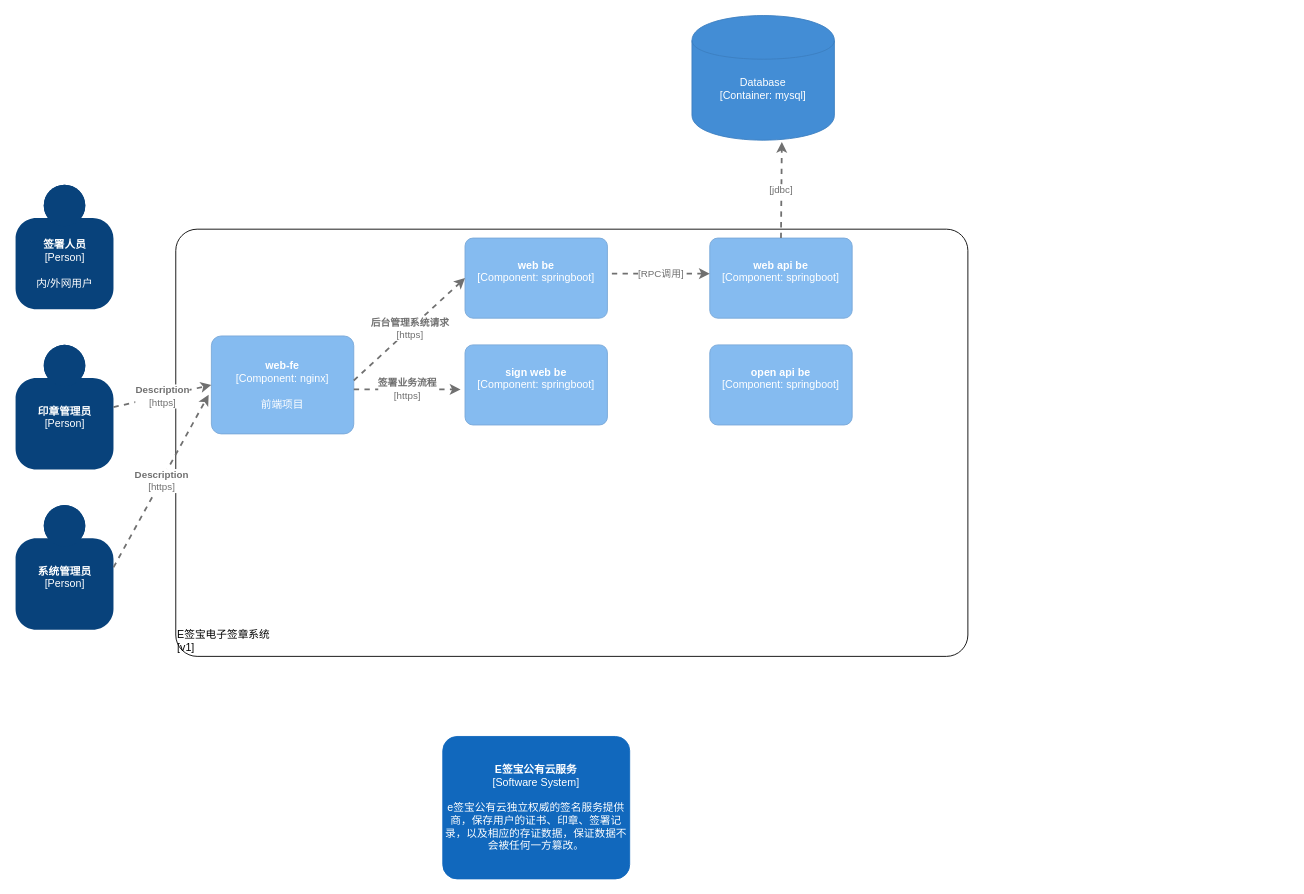
Before: Week_15/Untitled Diagram.drawio in leven-space/JAVA-01, a draw.io diagram. Source tidied: cells renumbered, new cells numbered last; positions are measured from the earlier drawing's top-left corner, leaving out a move shared by most shapes. Both pictures are drawn from the tidied source at 89%, with x=0, y=0 at pixel (15, 15).
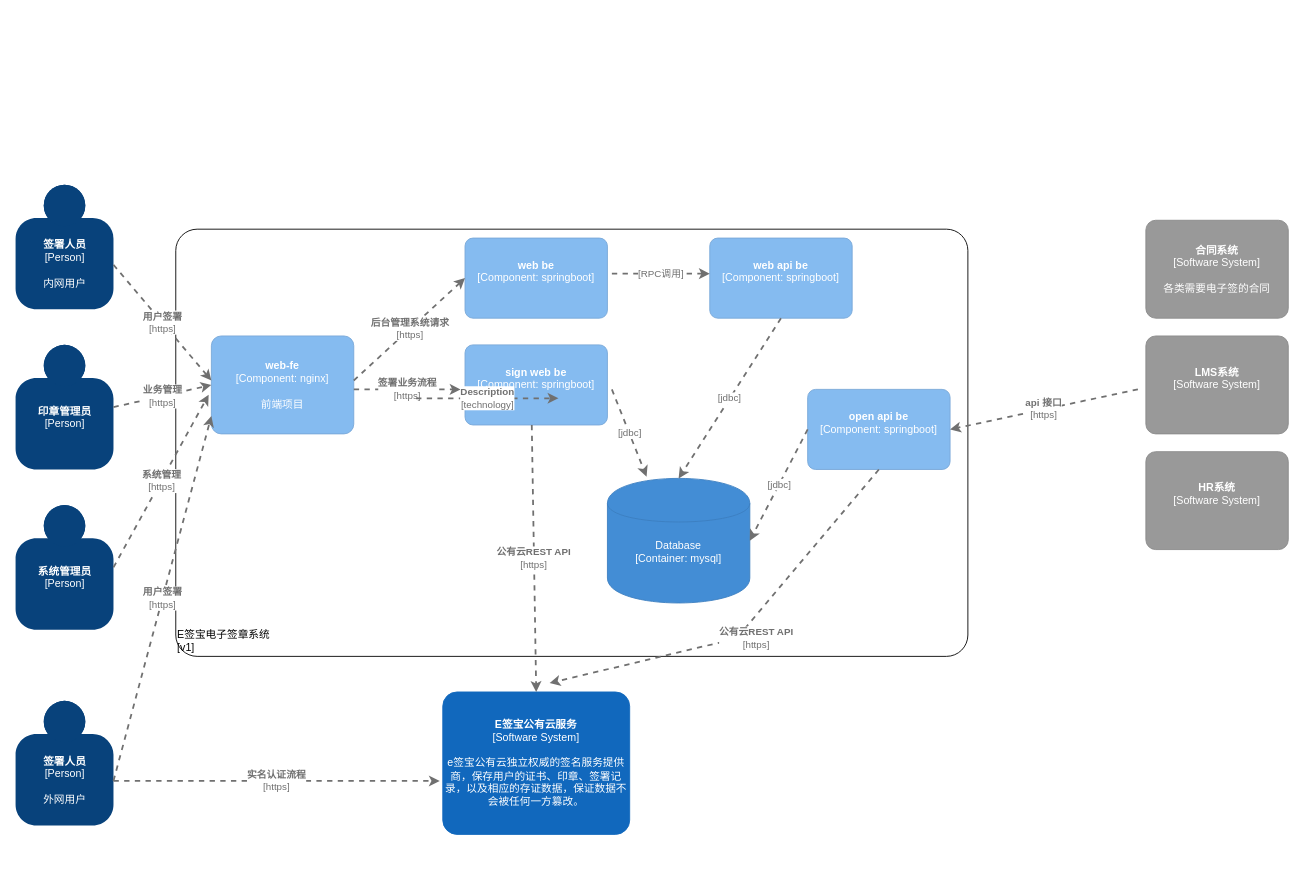
The same diagram, later.

The change refers to these unchanged cells:
```xml
<object id="2" label="&lt;b&gt;%c4Name%&lt;/b&gt;&lt;div&gt;[%c4Type%]&lt;/div&gt;&lt;br&gt;&lt;div&gt;%c4Description%&lt;/div&gt;" c4Description="" c4Name="印章管理员" c4Type="Person" placeholders="1">
  <mxCell style="html=1;dashed=0;whitespace=wrap;fillColor=#08427b;strokeColor=none;fontColor=#ffffff;shape=mxgraph.c4.person;align=center;points=[[0.5,0,0],[1,0.5,0],[1,0.75,0],[0.75,1,0],[0.5,1,0],[0.25,1,0],[0,0.75,0],[0,0.5,0]];metaData={&quot;c4Type&quot;:{&quot;editable&quot;:false}};" parent="1" vertex="1">
    <mxGeometry y="370" width="110" height="140" as="geometry" />
  </mxCell>
</object>
<object id="3" label="&lt;b&gt;%c4Name%&lt;/b&gt;&lt;div&gt;[%c4Type%]&lt;/div&gt;&lt;br&gt;&lt;div&gt;%c4Description%&lt;/div&gt;" c4Description="" c4Name="系统管理员" c4Type="Person" placeholders="1">
  <mxCell style="html=1;dashed=0;whitespace=wrap;fillColor=#08427b;strokeColor=none;fontColor=#ffffff;shape=mxgraph.c4.person;align=center;points=[[0.5,0,0],[1,0.5,0],[1,0.75,0],[0.75,1,0],[0.5,1,0],[0.25,1,0],[0,0.75,0],[0,0.5,0]];metaData={&quot;c4Type&quot;:{&quot;editable&quot;:false}};" parent="1" vertex="1">
    <mxGeometry y="550" width="110" height="140" as="geometry" />
  </mxCell>
</object>
<object id="6" label="&lt;b&gt;%c4Name%&lt;/b&gt;&lt;div&gt;[%c4Type%: %c4Technology%]&lt;/div&gt;&lt;br&gt;&lt;div&gt;%c4Description%&lt;/div&gt;" c4Description="前端项目" c4Name="web-fe" c4Technology="nginx" c4Type="Component" placeholders="1">
  <mxCell style="rounded=1;whiteSpace=wrap;html=1;labelBackgroundColor=none;fillColor=#85BBF0;fontColor=#ffffff;align=center;arcSize=10;strokeColor=#78A8D8;metaData={&quot;c4Type&quot;:{&quot;editable&quot;:false}};points=[[0.25,0,0],[0.5,0,0],[0.75,0,0],[1,0.25,0],[1,0.5,0],[1,0.75,0],[0.75,1,0],[0.5,1,0],[0.25,1,0],[0,0.75,0],[0,0.5,0],[0,0.25,0]];" parent="1" vertex="1">
    <mxGeometry x="220" y="360" width="160" height="110" as="geometry" />
  </mxCell>
</object>
```

The edit, as a diff of the source:
```diff
@@
     <object id="5" label="&lt;b&gt;%c4Name%&lt;/b&gt;&lt;div&gt;[%c4Type%]&lt;/div&gt;&lt;br&gt;&lt;div&gt;%c4Description%&lt;/div&gt;" c4Description="e签宝公有云独立权威的签名服务提供商，保存用户的证书、印章、签署记录，以及相应的存证数据，保证数据不会被任何一方篡改。" c4Name="E签宝公有云服务" c4Type="Software System" placeholders="1">
       <mxCell style="rounded=1;whiteSpace=wrap;html=1;labelBackgroundColor=none;fillColor=#1168BD;fontColor=#ffffff;align=center;arcSize=10;strokeColor=#1168BD;metaData={&quot;c4Type&quot;:{&quot;editable&quot;:false}};points=[[0.25,0,0],[0.5,0,0],[0.75,0,0],[1,0.25,0],[1,0.5,0],[1,0.75,0],[0.75,1,0],[0.5,1,0],[0.25,1,0],[0,0.75,0],[0,0.5,0],[0,0.25,0]];" parent="1" vertex="1">
-        <mxGeometry x="480" y="810" width="210" height="160" as="geometry" />
+        <mxGeometry x="480" y="760" width="210" height="160" as="geometry" />
       </mxCell>
     </object>
@@
-    <object id="7" label="&lt;div style=&quot;text-align: left&quot;&gt;&lt;div style=&quot;text-align: center&quot;&gt;&lt;b&gt;%c4Description%&lt;/b&gt;&lt;/div&gt;&lt;div style=&quot;text-align: center&quot;&gt;[%c4Technology%]&lt;/div&gt;&lt;/div&gt;" c4Description="Description" c4Technology="https" placeholders="1">
+    <object id="7" label="&lt;div style=&quot;text-align: left&quot;&gt;&lt;div style=&quot;text-align: center&quot;&gt;&lt;b&gt;%c4Description%&lt;/b&gt;&lt;/div&gt;&lt;div style=&quot;text-align: center&quot;&gt;[%c4Technology%]&lt;/div&gt;&lt;/div&gt;" c4Description="业务管理" c4Technology="https" placeholders="1">
       <mxCell style="edgeStyle=none;rounded=0;html=1;entryX=0;entryY=0.5;jettySize=auto;strokeColor=#707070;strokeWidth=2;fontColor=#707070;jumpStyle=none;dashed=1;metaData={&quot;c4Type&quot;:{&quot;editable&quot;:false}};entryDx=0;entryDy=0;entryPerimeter=0;exitX=1;exitY=0.5;exitDx=0;exitDy=0;exitPerimeter=0;" parent="1" edge="1" source="2" target="6">
         <mxGeometry relative="1" as="geometry" />
       </mxCell>
     </object>
-    <object id="8" label="&lt;div style=&quot;text-align: left&quot;&gt;&lt;div style=&quot;text-align: center&quot;&gt;&lt;b&gt;%c4Description%&lt;/b&gt;&lt;/div&gt;&lt;div style=&quot;text-align: center&quot;&gt;[%c4Technology%]&lt;/div&gt;&lt;/div&gt;" c4Description="Description" c4Technology="https" placeholders="1">
+    <object id="8" label="&lt;div style=&quot;text-align: left&quot;&gt;&lt;div style=&quot;text-align: center&quot;&gt;&lt;b&gt;%c4Description%&lt;/b&gt;&lt;/div&gt;&lt;div style=&quot;text-align: center&quot;&gt;[%c4Technology%]&lt;/div&gt;&lt;/div&gt;" c4Description="系统管理" c4Technology="https" placeholders="1">
       <mxCell style="edgeStyle=none;rounded=0;html=1;entryX=-0.019;entryY=0.6;jettySize=auto;strokeColor=#707070;strokeWidth=2;fontColor=#707070;jumpStyle=none;dashed=1;metaData={&quot;c4Type&quot;:{&quot;editable&quot;:false}};entryDx=0;entryDy=0;entryPerimeter=0;exitX=1;exitY=0.5;exitDx=0;exitDy=0;exitPerimeter=0;" parent="1" edge="1" source="3" target="6">
         <mxGeometry relative="1" as="geometry" />
       </mxCell>
     </object>
@@
     <object id="11" label="&lt;b&gt;%c4Name%&lt;/b&gt;&lt;div&gt;[%c4Type%: %c4Technology%]&lt;/div&gt;&lt;br&gt;&lt;div&gt;%c4Description%&lt;/div&gt;" c4Description="" c4Name="open api be" c4Technology="springboot" c4Type="Component" placeholders="1">
       <mxCell style="rounded=1;whiteSpace=wrap;html=1;labelBackgroundColor=none;fillColor=#85BBF0;fontColor=#ffffff;align=center;arcSize=10;strokeColor=#78A8D8;metaData={&quot;c4Type&quot;:{&quot;editable&quot;:false}};points=[[0.25,0,0],[0.5,0,0],[0.75,0,0],[1,0.25,0],[1,0.5,0],[1,0.75,0],[0.75,1,0],[0.5,1,0],[0.25,1,0],[0,0.75,0],[0,0.5,0],[0,0.25,0]];" parent="1" vertex="1">
-        <mxGeometry x="780" y="370" width="160" height="90" as="geometry" />
+        <mxGeometry x="890" y="420" width="160" height="90" as="geometry" />
       </mxCell>
     </object>
@@
     <object id="13" label="%c4Type%&lt;div&gt;[Container:&amp;nbsp;%c4Technology%]&lt;/div&gt;&lt;br&gt;&lt;div&gt;%c4Description%&lt;/div&gt;" c4Description="" c4Technology="mysql" c4Type="Database" placeholders="1">
       <mxCell style="shape=cylinder;whiteSpace=wrap;html=1;boundedLbl=1;rounded=0;labelBackgroundColor=none;fillColor=#438DD5;fontSize=12;fontColor=#ffffff;align=center;strokeColor=#3C7FC0;points=[[0.5,0,0],[1,0.25,0],[1,0.5,0],[1,0.75,0],[0.5,1,0],[0,0.75,0],[0,0.5,0],[0,0.25,0]];metaData={&quot;c4Type&quot;:{&quot;editable&quot;:false}};" parent="1" vertex="1">
-        <mxGeometry x="760" width="160" height="140" as="geometry" />
+        <mxGeometry x="665" y="520" width="160" height="140" as="geometry" />
       </mxCell>
     </object>
@@
-    <object id="17" label="&lt;div style=&quot;text-align: left&quot;&gt;&lt;div style=&quot;text-align: center&quot;&gt;&lt;b&gt;%c4Description%&lt;/b&gt;&lt;/div&gt;&lt;div style=&quot;text-align: center&quot;&gt;[%c4Technology%]&lt;/div&gt;&lt;/div&gt;" c4Description="" c4Technology="jdbc" placeholders="1">
-      <mxCell style="edgeStyle=none;rounded=0;html=1;entryX=0.631;entryY=1.014;jettySize=auto;strokeColor=#707070;strokeWidth=2;fontColor=#707070;jumpStyle=none;dashed=1;metaData={&quot;c4Type&quot;:{&quot;editable&quot;:false}};entryDx=0;entryDy=0;entryPerimeter=0;" parent="1" edge="1" target="13">
-        <mxGeometry relative="1" as="geometry">
-          <mxPoint x="860" y="250" as="sourcePoint" />
-        </mxGeometry>
-      </mxCell>
-    </object>
-    <object id="18" label="&lt;b&gt;%c4Name%&lt;/b&gt;&lt;div&gt;[%c4Type%]&lt;/div&gt;&lt;br&gt;&lt;div&gt;%c4Description%&lt;/div&gt;" c4Description="内/外网用户" c4Name="签署人员" c4Type="Person" placeholders="1">
+    <object id="18" label="&lt;b&gt;%c4Name%&lt;/b&gt;&lt;div&gt;[%c4Type%]&lt;/div&gt;&lt;br&gt;&lt;div&gt;%c4Description%&lt;/div&gt;" c4Description="内网用户" c4Name="签署人员" c4Type="Person" placeholders="1">
       <mxCell style="html=1;dashed=0;whitespace=wrap;fillColor=#08427b;strokeColor=none;fontColor=#ffffff;shape=mxgraph.c4.person;align=center;metaData={&quot;c4Type&quot;:{&quot;editable&quot;:false}};" parent="1" vertex="1">
         <mxGeometry y="190" width="110" height="140" as="geometry" />
       </mxCell>
     </object>
+    <object id="19" label="&lt;b&gt;%c4Name%&lt;/b&gt;&lt;div&gt;[%c4Type%]&lt;/div&gt;&lt;br&gt;&lt;div&gt;%c4Description%&lt;/div&gt;" c4Description="各类需要电子签的合同" c4Name="合同系统" c4Type="Software System" placeholders="1">
+      <mxCell style="rounded=1;whiteSpace=wrap;html=1;labelBackgroundColor=none;fillColor=#999999;fontColor=#ffffff;align=center;arcSize=10;strokeColor=#8A8A8A;metaData={&quot;c4Type&quot;:{&quot;editable&quot;:false}};" parent="1" vertex="1">
+        <mxGeometry x="1270" y="230" width="160" height="110" as="geometry" />
+      </mxCell>
+    </object>
+    <object id="20" label="&lt;b&gt;%c4Name%&lt;/b&gt;&lt;div&gt;[%c4Type%]&lt;/div&gt;&lt;br&gt;&lt;div&gt;%c4Description%&lt;/div&gt;" c4Description="" c4Name="LMS系统" c4Type="Software System" placeholders="1">
+      <mxCell style="rounded=1;whiteSpace=wrap;html=1;labelBackgroundColor=none;fillColor=#999999;fontColor=#ffffff;align=center;arcSize=10;strokeColor=#8A8A8A;metaData={&quot;c4Type&quot;:{&quot;editable&quot;:false}};points=[[0.25,0,0],[0.5,0,0],[0.75,0,0],[1,0.25,0],[1,0.5,0],[1,0.75,0],[0.75,1,0],[0.5,1,0],[0.25,1,0],[0,0.75,0],[0,0.5,0],[0,0.25,0]];" parent="1" vertex="1">
+        <mxGeometry x="1270" y="360" width="160" height="110" as="geometry" />
+      </mxCell>
+    </object>
+    <object id="21" label="&lt;b&gt;%c4Name%&lt;/b&gt;&lt;div&gt;[%c4Type%]&lt;/div&gt;&lt;br&gt;&lt;div&gt;%c4Description%&lt;/div&gt;" c4Description="" c4Name="HR系统" c4Type="Software System" placeholders="1">
+      <mxCell style="rounded=1;whiteSpace=wrap;html=1;labelBackgroundColor=none;fillColor=#999999;fontColor=#ffffff;align=center;arcSize=10;strokeColor=#8A8A8A;metaData={&quot;c4Type&quot;:{&quot;editable&quot;:false}};" parent="1" vertex="1">
+        <mxGeometry x="1270" y="490" width="160" height="110" as="geometry" />
+      </mxCell>
+    </object>
+    <object id="22" label="&lt;div style=&quot;text-align: left&quot;&gt;&lt;div style=&quot;text-align: center&quot;&gt;&lt;b&gt;%c4Description%&lt;/b&gt;&lt;/div&gt;&lt;div style=&quot;text-align: center&quot;&gt;[%c4Technology%]&lt;/div&gt;&lt;/div&gt;" c4Description="api 接口" c4Technology="https" placeholders="1">
+      <mxCell style="edgeStyle=none;rounded=0;html=1;entryX=1;entryY=0.5;jettySize=auto;strokeColor=#707070;strokeWidth=2;fontColor=#707070;jumpStyle=none;dashed=1;metaData={&quot;c4Type&quot;:{&quot;editable&quot;:false}};entryDx=0;entryDy=0;entryPerimeter=0;exitX=-0.056;exitY=0.545;exitDx=0;exitDy=0;exitPerimeter=0;" parent="1" edge="1" source="20" target="11">
+        <mxGeometry relative="1" as="geometry" />
+      </mxCell>
+    </object>
+    <object id="23" label="&lt;div style=&quot;text-align: left&quot;&gt;&lt;div style=&quot;text-align: center&quot;&gt;&lt;b&gt;%c4Description%&lt;/b&gt;&lt;/div&gt;&lt;div style=&quot;text-align: center&quot;&gt;[%c4Technology%]&lt;/div&gt;&lt;/div&gt;" c4Description="公有云REST API" c4Technology="https" placeholders="1">
+      <mxCell style="edgeStyle=none;rounded=0;html=1;entryX=0.5;entryY=0;jettySize=auto;strokeColor=#707070;strokeWidth=2;fontColor=#707070;jumpStyle=none;dashed=1;metaData={&quot;c4Type&quot;:{&quot;editable&quot;:false}};entryDx=0;entryDy=0;entryPerimeter=0;" parent="1" edge="1" target="5">
+        <mxGeometry relative="1" as="geometry">
+          <mxPoint x="580" y="460" as="sourcePoint" />
+        </mxGeometry>
+      </mxCell>
+    </object>
+    <object id="24" label="&lt;div style=&quot;text-align: left&quot;&gt;&lt;div style=&quot;text-align: center&quot;&gt;&lt;b&gt;%c4Description%&lt;/b&gt;&lt;/div&gt;&lt;div style=&quot;text-align: center&quot;&gt;[%c4Technology%]&lt;/div&gt;&lt;/div&gt;" c4Description="用户签署" c4Technology="https" placeholders="1">
+      <mxCell style="edgeStyle=none;rounded=0;html=1;jettySize=auto;orthogonalLoop=1;strokeColor=#707070;strokeWidth=2;fontColor=#707070;jumpStyle=none;dashed=1;metaData={&quot;c4Type&quot;:{&quot;editable&quot;:false}};" parent="1" edge="1">
+        <mxGeometry relative="1" as="geometry">
+          <mxPoint x="110" y="280" as="sourcePoint" />
+          <mxPoint x="220" y="410" as="targetPoint" />
+        </mxGeometry>
+      </mxCell>
+    </object>
+    <object id="25" label="&lt;div style=&quot;text-align: left&quot;&gt;&lt;div style=&quot;text-align: center&quot;&gt;&lt;b&gt;%c4Description%&lt;/b&gt;&lt;/div&gt;&lt;div style=&quot;text-align: center&quot;&gt;[%c4Technology%]&lt;/div&gt;&lt;/div&gt;" c4Description="" c4Technology="jdbc" placeholders="1">
+      <mxCell style="edgeStyle=none;rounded=0;html=1;entryX=0.5;entryY=0;jettySize=auto;strokeColor=#707070;strokeWidth=2;fontColor=#707070;jumpStyle=none;dashed=1;metaData={&quot;c4Type&quot;:{&quot;editable&quot;:false}};entryDx=0;entryDy=0;entryPerimeter=0;" parent="1" edge="1" target="13">
+        <mxGeometry relative="1" as="geometry">
+          <mxPoint x="860" y="340" as="sourcePoint" />
+        </mxGeometry>
+      </mxCell>
+    </object>
+    <object id="26" label="&lt;div style=&quot;text-align: left&quot;&gt;&lt;div style=&quot;text-align: center&quot;&gt;&lt;b&gt;%c4Description%&lt;/b&gt;&lt;/div&gt;&lt;div style=&quot;text-align: center&quot;&gt;[%c4Technology%]&lt;/div&gt;&lt;/div&gt;" c4Description="" c4Technology="jdbc" placeholders="1">
+      <mxCell style="edgeStyle=none;rounded=0;html=1;entryX=0.275;entryY=-0.014;jettySize=auto;strokeColor=#707070;strokeWidth=2;fontColor=#707070;jumpStyle=none;dashed=1;metaData={&quot;c4Type&quot;:{&quot;editable&quot;:false}};entryDx=0;entryDy=0;entryPerimeter=0;" parent="1" edge="1" target="13">
+        <mxGeometry relative="1" as="geometry">
+          <mxPoint x="670" y="420" as="sourcePoint" />
+        </mxGeometry>
+      </mxCell>
+    </object>
+    <object id="27" label="&lt;div style=&quot;text-align: left&quot;&gt;&lt;div style=&quot;text-align: center&quot;&gt;&lt;b&gt;%c4Description%&lt;/b&gt;&lt;/div&gt;&lt;div style=&quot;text-align: center&quot;&gt;[%c4Technology%]&lt;/div&gt;&lt;/div&gt;" c4Description="Description" c4Technology="technology" placeholders="1">
+      <mxCell style="edgeStyle=none;rounded=0;html=1;entryX=0;entryY=0.5;jettySize=auto;orthogonalLoop=1;strokeColor=#707070;strokeWidth=2;fontColor=#707070;jumpStyle=none;dashed=1;metaData={&quot;c4Type&quot;:{&quot;editable&quot;:false}};" parent="1" edge="1">
+        <mxGeometry relative="1" as="geometry">
+          <mxPoint x="450" y="430" as="sourcePoint" />
+          <mxPoint x="610" y="430" as="targetPoint" />
+        </mxGeometry>
+      </mxCell>
+    </object>
+    <object id="28" label="&lt;div style=&quot;text-align: left&quot;&gt;&lt;div style=&quot;text-align: center&quot;&gt;&lt;b&gt;%c4Description%&lt;/b&gt;&lt;/div&gt;&lt;div style=&quot;text-align: center&quot;&gt;[%c4Technology%]&lt;/div&gt;&lt;/div&gt;" c4Description="" c4Technology="jdbc" placeholders="1">
+      <mxCell style="edgeStyle=none;rounded=0;html=1;entryX=1;entryY=0.5;jettySize=auto;strokeColor=#707070;strokeWidth=2;fontColor=#707070;jumpStyle=none;dashed=1;metaData={&quot;c4Type&quot;:{&quot;editable&quot;:false}};entryDx=0;entryDy=0;entryPerimeter=0;exitX=0;exitY=0.5;exitDx=0;exitDy=0;exitPerimeter=0;" parent="1" edge="1" source="11" target="13">
+        <mxGeometry relative="1" as="geometry" />
+      </mxCell>
+    </object>
+    <object id="29" label="&lt;b&gt;%c4Name%&lt;/b&gt;&lt;div&gt;[%c4Type%]&lt;/div&gt;&lt;br&gt;&lt;div&gt;%c4Description%&lt;/div&gt;" c4Description="外网用户" c4Name="签署人员" c4Type="Person" placeholders="1">
+      <mxCell style="html=1;dashed=0;whitespace=wrap;fillColor=#08427b;strokeColor=none;fontColor=#ffffff;shape=mxgraph.c4.person;align=center;metaData={&quot;c4Type&quot;:{&quot;editable&quot;:false}};" parent="1" vertex="1">
+        <mxGeometry y="770" width="110" height="140" as="geometry" />
+      </mxCell>
+    </object>
+    <object id="30" label="&lt;div style=&quot;text-align: left&quot;&gt;&lt;div style=&quot;text-align: center&quot;&gt;&lt;b&gt;%c4Description%&lt;/b&gt;&lt;/div&gt;&lt;div style=&quot;text-align: center&quot;&gt;[%c4Technology%]&lt;/div&gt;&lt;/div&gt;" c4Description="用户签署" c4Technology="https" placeholders="1">
+      <mxCell style="edgeStyle=none;rounded=0;html=1;entryX=0;entryY=0.818;jettySize=auto;strokeColor=#707070;strokeWidth=2;fontColor=#707070;jumpStyle=none;dashed=1;metaData={&quot;c4Type&quot;:{&quot;editable&quot;:false}};entryDx=0;entryDy=0;entryPerimeter=0;" parent="1" edge="1" target="6">
+        <mxGeometry relative="1" as="geometry">
+          <mxPoint x="110" y="860" as="sourcePoint" />
+        </mxGeometry>
+      </mxCell>
+    </object>
+    <object id="31" label="&lt;div style=&quot;text-align: left&quot;&gt;&lt;div style=&quot;text-align: center&quot;&gt;&lt;b&gt;%c4Description%&lt;/b&gt;&lt;/div&gt;&lt;div style=&quot;text-align: center&quot;&gt;[%c4Technology%]&lt;/div&gt;&lt;/div&gt;" c4Description="实名认证流程" c4Technology="https" placeholders="1">
+      <mxCell style="edgeStyle=none;rounded=0;html=1;entryX=-0.016;entryY=0.625;jettySize=auto;strokeColor=#707070;strokeWidth=2;fontColor=#707070;jumpStyle=none;dashed=1;metaData={&quot;c4Type&quot;:{&quot;editable&quot;:false}};entryDx=0;entryDy=0;entryPerimeter=0;" parent="1" edge="1" target="5">
+        <mxGeometry relative="1" as="geometry">
+          <mxPoint x="110" y="860" as="sourcePoint" />
+        </mxGeometry>
+      </mxCell>
+    </object>
+    <object id="32" label="&lt;div style=&quot;text-align: left&quot;&gt;&lt;div style=&quot;text-align: center&quot;&gt;&lt;b&gt;%c4Description%&lt;/b&gt;&lt;/div&gt;&lt;div style=&quot;text-align: center&quot;&gt;[%c4Technology%]&lt;/div&gt;&lt;/div&gt;" c4Description="公有云REST API" c4Technology="https" placeholders="1">
+      <mxCell style="edgeStyle=none;rounded=0;html=1;jettySize=auto;strokeColor=#707070;strokeWidth=2;fontColor=#707070;jumpStyle=none;dashed=1;metaData={&quot;c4Type&quot;:{&quot;editable&quot;:false}};exitX=0.5;exitY=1;exitDx=0;exitDy=0;exitPerimeter=0;" parent="1" edge="1" source="11">
+        <mxGeometry x="0.01" y="17" relative="1" as="geometry">
+          <mxPoint x="600" y="750" as="targetPoint" />
+          <Array as="points">
+            <mxPoint x="810" y="700" />
+          </Array>
+        </mxGeometry>
+      </mxCell>
+    </object>
```
